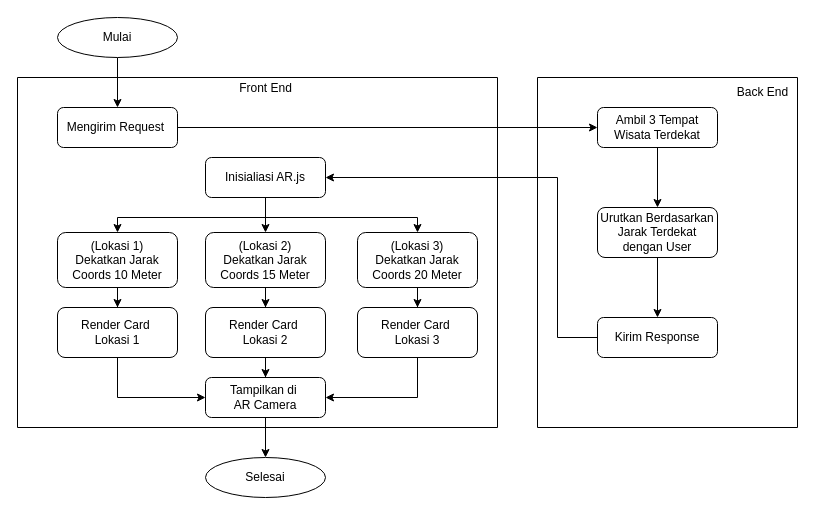
The draw.io diagram docs/flowchart-render-ar-card.drawio in neszha/artour-android, before the edit. Source tidied: cells renumbered, new cells numbered last; positions are measured from the earlier drawing's top-left corner, leaving out a move shared by most shapes. Both pictures are drawn from the tidied source at 100%, with x=0, y=0 at pixel (17, 17).
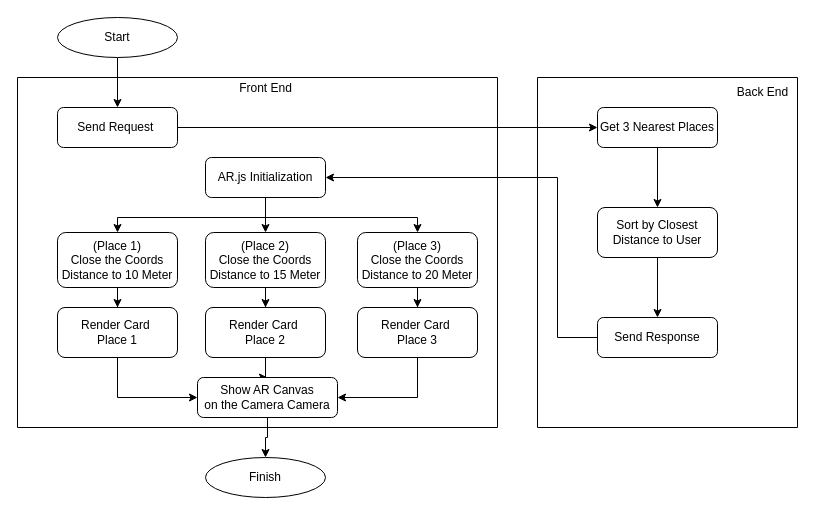
The same diagram, later.

The change refers to these unchanged cells:
```xml
<mxCell id="4" style="swimlane;startSize=0;" parent="1" vertex="1">
  <mxGeometry y="60" width="480" height="350" as="geometry" />
</mxCell>
<mxCell id="24" style="swimlane;startSize=0;" parent="1" vertex="1">
  <mxGeometry x="520" y="60" width="260" height="350" as="geometry" />
</mxCell>
```

Diff of the diagram source:
```diff
@@
-    <mxCell id="3" value="Mulai" style="ellipse;whiteSpace=wrap;html=1;" parent="1" vertex="1">
+    <mxCell id="3" value="Start" style="ellipse;whiteSpace=wrap;html=1;" parent="1" vertex="1">
       <mxGeometry x="40" width="120" height="40" as="geometry" />
     </mxCell>
@@
-    <mxCell id="5" value="Mengirim Request&amp;nbsp;" style="rounded=1;whiteSpace=wrap;html=1;fontSize=12;glass=0;strokeWidth=1;shadow=0;" parent="4" vertex="1">
+    <mxCell id="5" value="Send Request&amp;nbsp;" style="rounded=1;whiteSpace=wrap;html=1;fontSize=12;glass=0;strokeWidth=1;shadow=0;" parent="4" vertex="1">
       <mxGeometry x="40" y="30" width="120" height="40" as="geometry" />
     </mxCell>
@@
-    <mxCell id="8" value="Inisialiasi AR.js" style="rounded=1;whiteSpace=wrap;html=1;fontSize=12;glass=0;strokeWidth=1;shadow=0;" parent="4" vertex="1">
+    <mxCell id="8" value="AR.js Initialization" style="rounded=1;whiteSpace=wrap;html=1;fontSize=12;glass=0;strokeWidth=1;shadow=0;" parent="4" vertex="1">
       <mxGeometry x="188" y="80" width="120" height="40" as="geometry" />
     </mxCell>
@@
-    <mxCell id="10" value="&lt;div&gt;(Lokasi 1)&lt;/div&gt;Dekatkan Jarak Coords 10 Meter" style="rounded=1;whiteSpace=wrap;html=1;fontSize=12;glass=0;strokeWidth=1;shadow=0;" parent="4" vertex="1">
+    <mxCell id="10" value="&lt;div&gt;(Place 1)&lt;/div&gt;Close the Coords Distance to 10 Meter" style="rounded=1;whiteSpace=wrap;html=1;fontSize=12;glass=0;strokeWidth=1;shadow=0;" parent="4" vertex="1">
       <mxGeometry x="40" y="155" width="120" height="55" as="geometry" />
     </mxCell>
@@
-    <mxCell id="12" value="&lt;div&gt;(Lokasi 2)&lt;/div&gt;Dekatkan Jarak Coords 15 Meter" style="rounded=1;whiteSpace=wrap;html=1;fontSize=12;glass=0;strokeWidth=1;shadow=0;" parent="4" vertex="1">
+    <mxCell id="12" value="&lt;div&gt;(Place 2)&lt;/div&gt;Close the Coords Distance to 15 Meter" style="rounded=1;whiteSpace=wrap;html=1;fontSize=12;glass=0;strokeWidth=1;shadow=0;" parent="4" vertex="1">
       <mxGeometry x="188" y="155" width="120" height="55" as="geometry" />
     </mxCell>
@@
-    <mxCell id="14" value="&lt;div&gt;(Lokasi 3)&lt;/div&gt;Dekatkan Jarak Coords 20 Meter" style="rounded=1;whiteSpace=wrap;html=1;fontSize=12;glass=0;strokeWidth=1;shadow=0;" parent="4" vertex="1">
+    <mxCell id="14" value="&lt;div&gt;(Place 3)&lt;/div&gt;Close the Coords Distance to 20 Meter" style="rounded=1;whiteSpace=wrap;html=1;fontSize=12;glass=0;strokeWidth=1;shadow=0;" parent="4" vertex="1">
       <mxGeometry x="340" y="155" width="120" height="55" as="geometry" />
     </mxCell>
@@
-    <mxCell id="18" value="Render Card&amp;nbsp;&lt;div&gt;Lokasi 1&lt;div&gt;&lt;/div&gt;&lt;/div&gt;" style="rounded=1;whiteSpace=wrap;html=1;fontSize=12;glass=0;strokeWidth=1;shadow=0;" parent="4" vertex="1">
+    <mxCell id="18" value="Render Card&amp;nbsp;&lt;div&gt;Place 1&lt;div&gt;&lt;/div&gt;&lt;/div&gt;" style="rounded=1;whiteSpace=wrap;html=1;fontSize=12;glass=0;strokeWidth=1;shadow=0;" parent="4" vertex="1">
       <mxGeometry x="40" y="230" width="120" height="50" as="geometry" />
     </mxCell>
@@
-    <mxCell id="20" value="Render Card&amp;nbsp;&lt;div&gt;Lokasi 2&lt;div&gt;&lt;/div&gt;&lt;/div&gt;" style="rounded=1;whiteSpace=wrap;html=1;fontSize=12;glass=0;strokeWidth=1;shadow=0;" parent="4" vertex="1">
+    <mxCell id="20" value="Render Card&amp;nbsp;&lt;br&gt;&lt;div&gt;&lt;span style=&quot;background-color: initial;&quot;&gt;Place&lt;/span&gt;&amp;nbsp;2&lt;div&gt;&lt;/div&gt;&lt;/div&gt;" style="rounded=1;whiteSpace=wrap;html=1;fontSize=12;glass=0;strokeWidth=1;shadow=0;" parent="4" vertex="1">
       <mxGeometry x="188" y="230" width="120" height="50" as="geometry" />
     </mxCell>
@@
-    <mxCell id="22" value="Render Card&amp;nbsp;&lt;div&gt;Lokasi 3&lt;div&gt;&lt;/div&gt;&lt;/div&gt;" style="rounded=1;whiteSpace=wrap;html=1;fontSize=12;glass=0;strokeWidth=1;shadow=0;" parent="4" vertex="1">
+    <mxCell id="22" value="Render Card&amp;nbsp;&lt;br&gt;&lt;div&gt;&lt;span style=&quot;background-color: initial;&quot;&gt;Place&lt;/span&gt;&amp;nbsp;3&lt;div&gt;&lt;/div&gt;&lt;/div&gt;" style="rounded=1;whiteSpace=wrap;html=1;fontSize=12;glass=0;strokeWidth=1;shadow=0;" parent="4" vertex="1">
       <mxGeometry x="340" y="230" width="120" height="50" as="geometry" />
     </mxCell>
-    <mxCell id="23" value="Tampilkan di&amp;nbsp;&lt;div&gt;AR Camera&lt;/div&gt;" style="rounded=1;whiteSpace=wrap;html=1;fontSize=12;glass=0;strokeWidth=1;shadow=0;" parent="4" vertex="1">
-      <mxGeometry x="188" y="300" width="120" height="40" as="geometry" />
+    <mxCell id="23" value="Show AR Canvas&lt;div&gt;on the Camera Camera&lt;/div&gt;" style="rounded=1;whiteSpace=wrap;html=1;fontSize=12;glass=0;strokeWidth=1;shadow=0;" parent="4" vertex="1">
+      <mxGeometry x="180" y="300" width="140" height="40" as="geometry" />
     </mxCell>
@@
-    <mxCell id="26" value="Ambil 3 Tempat Wisata Terdekat" style="rounded=1;whiteSpace=wrap;html=1;fontSize=12;glass=0;strokeWidth=1;shadow=0;" parent="24" vertex="1">
+    <mxCell id="26" value="Get 3 Nearest Places" style="rounded=1;whiteSpace=wrap;html=1;fontSize=12;glass=0;strokeWidth=1;shadow=0;" parent="24" vertex="1">
       <mxGeometry x="60" y="30" width="120" height="40" as="geometry" />
     </mxCell>
@@
-    <mxCell id="29" value="Urutkan Berdasarkan Jarak Terdekat dengan User" style="rounded=1;whiteSpace=wrap;html=1;fontSize=12;glass=0;strokeWidth=1;shadow=0;" parent="24" vertex="1">
+    <mxCell id="29" value="Sort by Closest Distance to User" style="rounded=1;whiteSpace=wrap;html=1;fontSize=12;glass=0;strokeWidth=1;shadow=0;" parent="24" vertex="1">
       <mxGeometry x="60" y="130" width="120" height="50" as="geometry" />
     </mxCell>
-    <mxCell id="30" value="Kirim Response" style="rounded=1;whiteSpace=wrap;html=1;fontSize=12;glass=0;strokeWidth=1;shadow=0;" parent="24" vertex="1">
+    <mxCell id="30" value="Send Response" style="rounded=1;whiteSpace=wrap;html=1;fontSize=12;glass=0;strokeWidth=1;shadow=0;" parent="24" vertex="1">
       <mxGeometry x="60" y="240" width="120" height="40" as="geometry" />
     </mxCell>
-    <mxCell id="31" value="Selesai" style="ellipse;whiteSpace=wrap;html=1;" parent="1" vertex="1">
+    <mxCell id="31" value="Finish" style="ellipse;whiteSpace=wrap;html=1;" parent="1" vertex="1">
       <mxGeometry x="188" y="440" width="120" height="40" as="geometry" />
     </mxCell>
```
